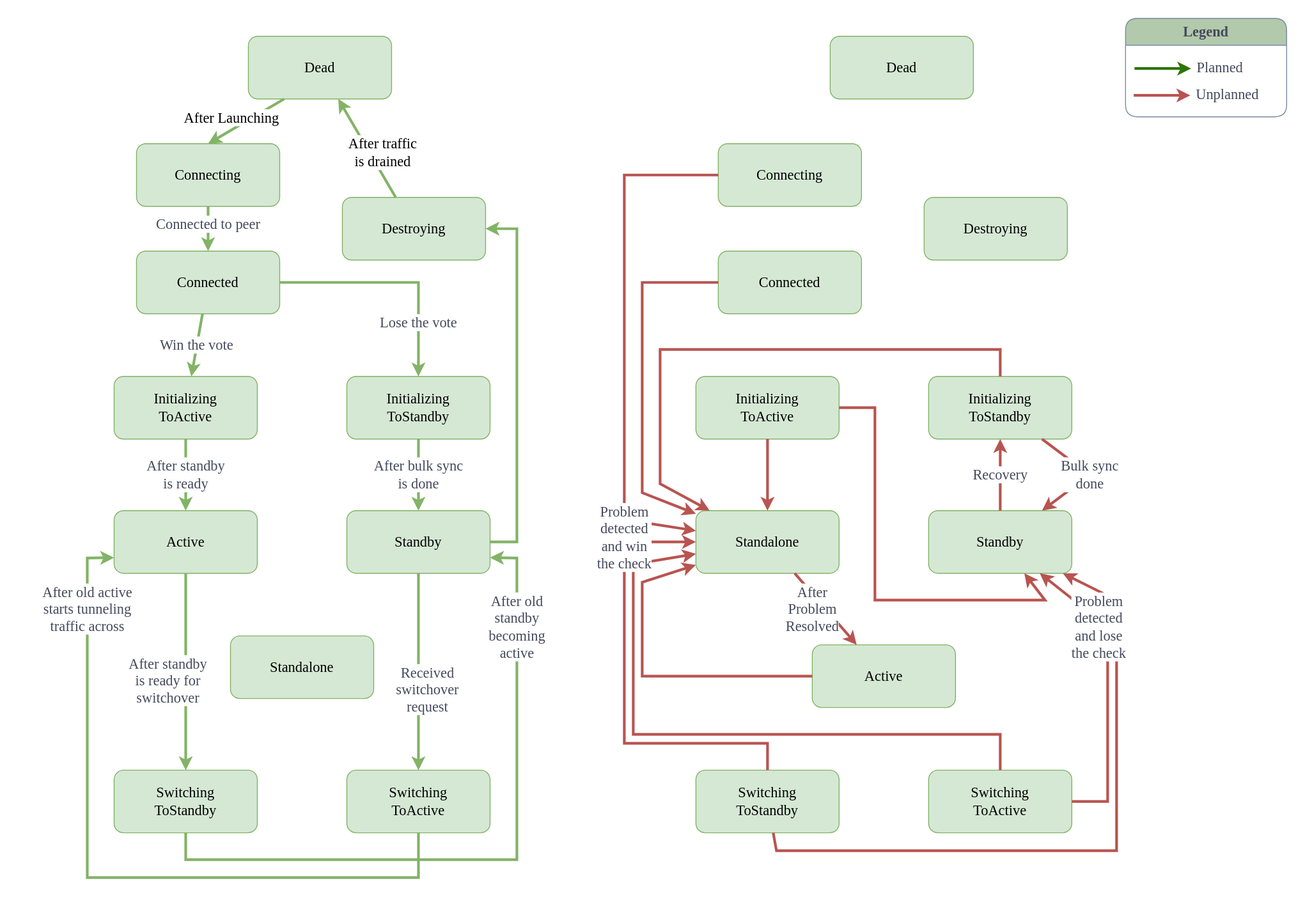
Above: doc/smart-switch/high-availability/images/ha-state-transition.svg in sonic-net/SONiC (draw.io), before the change. Source tidied: cells renumbered, new cells last; positions are measured from the earlier drawing's top-left corner, leaving out a move shared by most shapes.
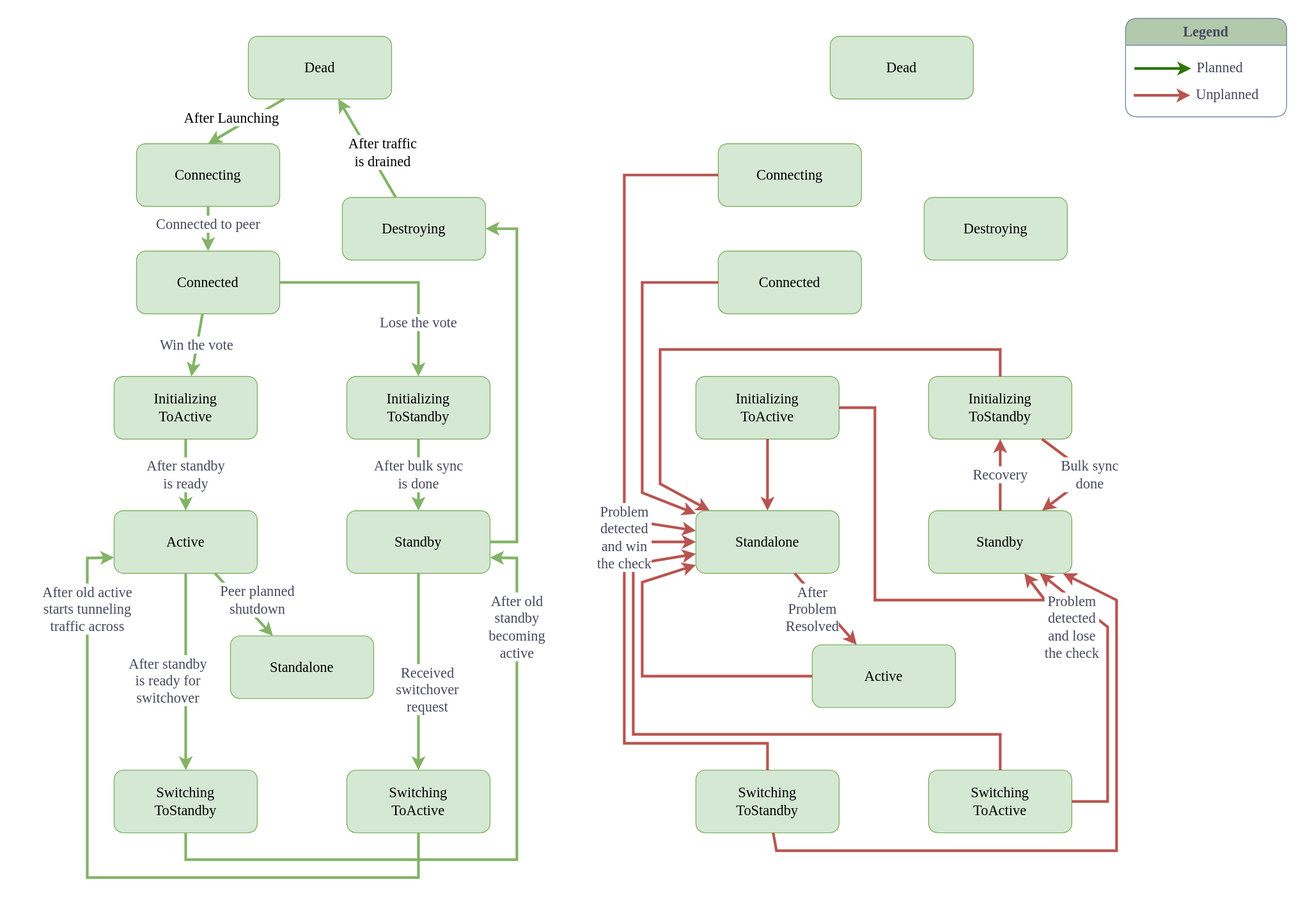
Above is the later version.

What changed in the source:
```diff
@@ -241,7 +241,7 @@
       </mxGeometry>
     </mxCell>
     <mxCell id="55" value="Problem&lt;br style=&quot;font-size: 16px;&quot;&gt;detected&lt;br style=&quot;font-size: 16px;&quot;&gt;and lose&lt;br style=&quot;font-size: 16px;&quot;&gt;the check" style="endArrow=classic;html=1;rounded=0;strokeColor=#b85450;fontFamily=Monaco;fontSize=16;fontColor=#46495D;startSize=23;fillColor=#f8cecc;strokeWidth=3;labelBackgroundColor=default;" parent="1" edge="1" source="35" target="33">
-      <mxGeometry x="0.74" y="20" relative="1" as="geometry">
+      <mxGeometry x="0.9" y="49" relative="1" as="geometry">
         <Array as="points">
           <mxPoint x="770" y="930" />
           <mxPoint x="1150" y="930" />
@@ -249,5 +249,8 @@
         </Array>
       </mxGeometry>
     </mxCell>
+    <mxCell id="56" value="Peer planned&lt;br&gt;shutdown" style="endArrow=classic;html=1;rounded=0;strokeColor=#82b366;fontFamily=Monaco;fontSize=16;fontColor=#46495D;startSize=23;fillColor=#d5e8d4;strokeWidth=3;labelBackgroundColor=#FFFFFF;" parent="1" edge="1" source="7" target="9">
+      <mxGeometry x="0.14" y="14" relative="1" as="geometry" />
+    </mxCell>
   </root>
 </mxGraphModel>
```
